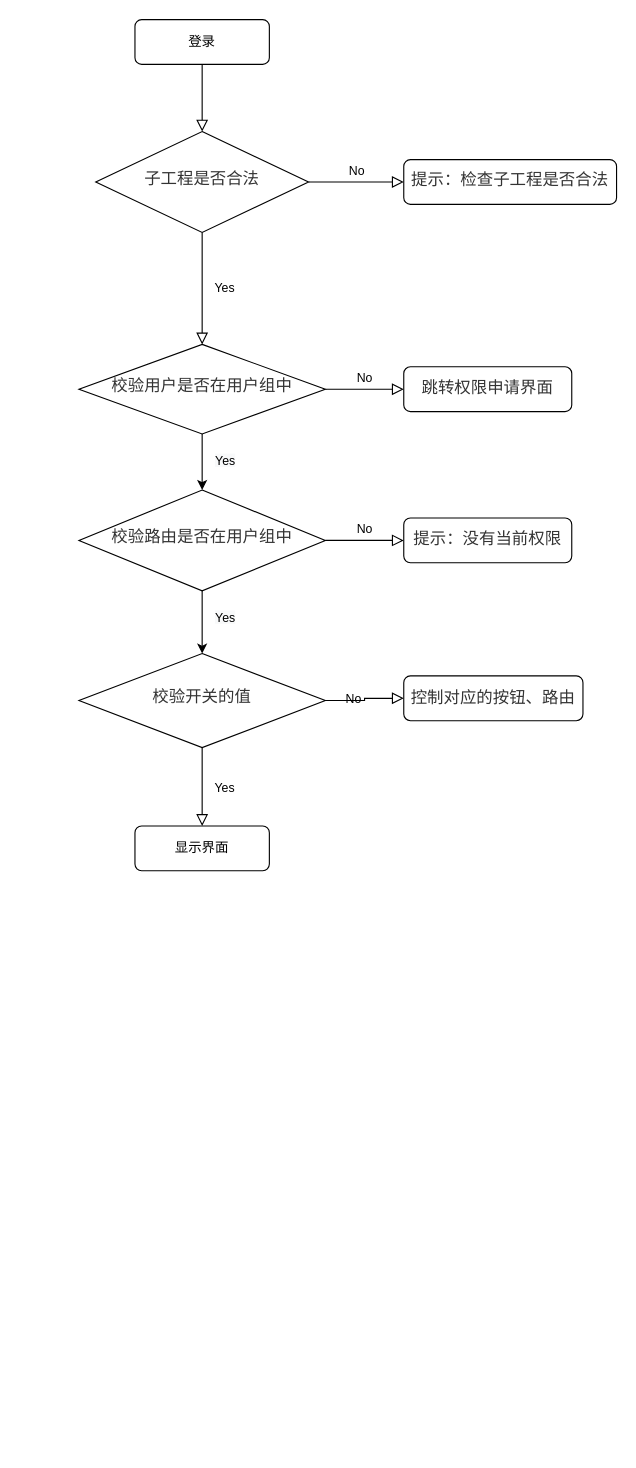
Before: page "Page-1" (1 of 5) of toggle&authority.drawio in Jooolee/my-drawio, a draw.io diagram. Source tidied: cells renumbered, new cells numbered last; positions are measured from the earlier drawing's top-left corner, leaving out a move shared by most shapes. Both pictures are drawn from the tidied source at 112%, with x=0, y=0 at pixel (78, 19).
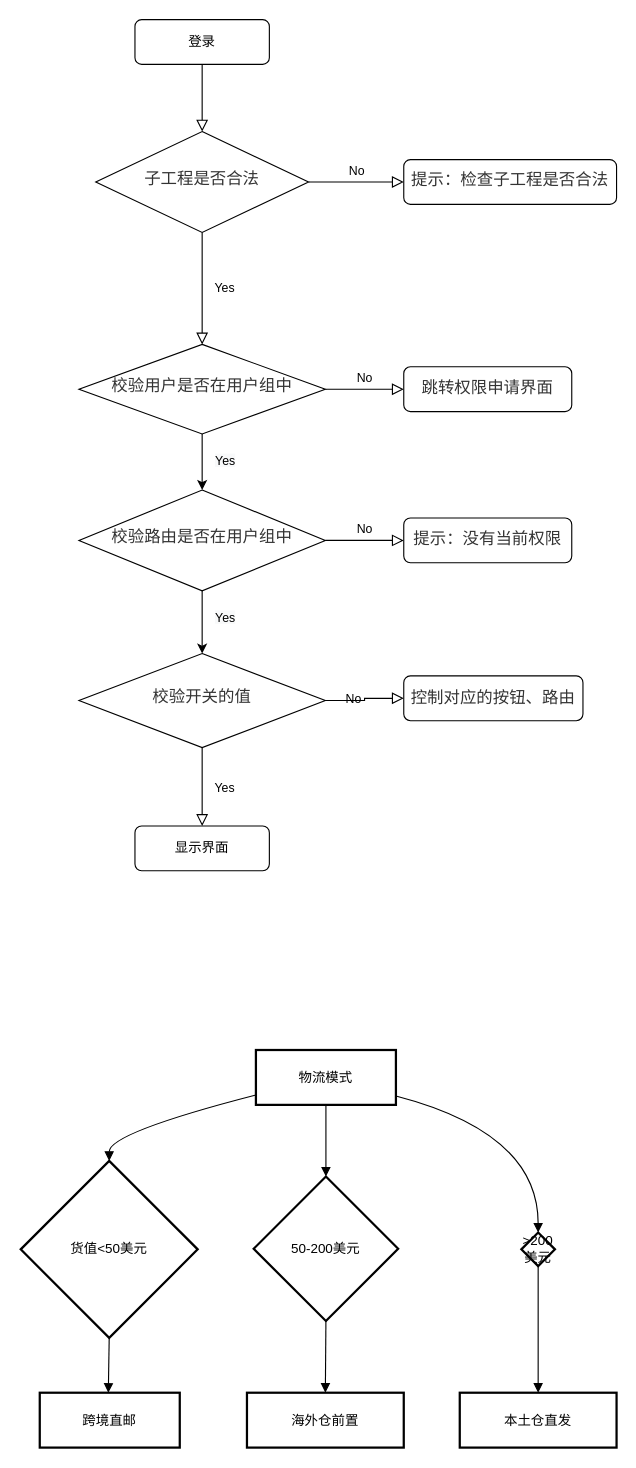
Above is the later version.

Change to the diagram source:
```diff
@@
+    <mxCell id="23" value="物流模式" style="whiteSpace=wrap;strokeWidth=2;" parent="1" vertex="1">
+      <mxGeometry x="158" y="920" width="125" height="49" as="geometry" />
+    </mxCell>
+    <mxCell id="24" value="货值&lt;50美元" style="rhombus;strokeWidth=2;whiteSpace=wrap;" parent="1" vertex="1">
+      <mxGeometry x="-52" y="1019" width="158" height="158" as="geometry" />
+    </mxCell>
+    <mxCell id="25" value="50-200美元" style="rhombus;strokeWidth=2;whiteSpace=wrap;" parent="1" vertex="1">
+      <mxGeometry x="156" y="1033" width="129" height="129" as="geometry" />
+    </mxCell>
+    <mxCell id="26" value="&gt;200美元" style="rhombus;strokeWidth=2;whiteSpace=wrap;" parent="1" vertex="1">
+      <mxGeometry x="395" y="1083" width="30" height="30" as="geometry" />
+    </mxCell>
+    <mxCell id="27" value="跨境直邮" style="whiteSpace=wrap;strokeWidth=2;" parent="1" vertex="1">
+      <mxGeometry x="-35" y="1226" width="125" height="49" as="geometry" />
+    </mxCell>
+    <mxCell id="28" value="海外仓前置" style="whiteSpace=wrap;strokeWidth=2;" parent="1" vertex="1">
+      <mxGeometry x="150" y="1226" width="140" height="49" as="geometry" />
+    </mxCell>
+    <mxCell id="29" value="本土仓直发" style="whiteSpace=wrap;strokeWidth=2;" parent="1" vertex="1">
+      <mxGeometry x="340" y="1226" width="140" height="49" as="geometry" />
+    </mxCell>
+    <mxCell id="30" style="curved=1;startArrow=none;endArrow=block;exitX=0;exitY=0.82;entryX=0.5;entryY=0;rounded=0;" parent="1" edge="1" source="23" target="24">
+      <mxGeometry relative="1" as="geometry">
+        <Array as="points">
+          <mxPoint x="27" y="994" />
+        </Array>
+      </mxGeometry>
+    </mxCell>
+    <mxCell id="31" style="curved=1;startArrow=none;endArrow=block;exitX=0.5;exitY=0.99;entryX=0.5;entryY=0;rounded=0;" parent="1" edge="1" source="23" target="25">
+      <mxGeometry relative="1" as="geometry" />
+    </mxCell>
+    <mxCell id="32" style="curved=1;startArrow=none;endArrow=block;exitX=0.99;exitY=0.83;entryX=0.5;entryY=-0.02;rounded=0;" parent="1" edge="1" source="23" target="26">
+      <mxGeometry relative="1" as="geometry">
+        <Array as="points">
+          <mxPoint x="410" y="994" />
+        </Array>
+      </mxGeometry>
+    </mxCell>
+    <mxCell id="33" style="curved=1;startArrow=none;endArrow=block;exitX=0.5;exitY=1;entryX=0.49;entryY=0.01;rounded=0;" parent="1" edge="1" source="24" target="27">
+      <mxGeometry relative="1" as="geometry" />
+    </mxCell>
+    <mxCell id="34" style="curved=1;startArrow=none;endArrow=block;exitX=0.5;exitY=1;entryX=0.5;entryY=0.01;rounded=0;" parent="1" edge="1" source="25" target="28">
+      <mxGeometry relative="1" as="geometry" />
+    </mxCell>
+    <mxCell id="35" style="curved=1;startArrow=none;endArrow=block;exitX=0.5;exitY=0.98;entryX=0.5;entryY=0.01;rounded=0;" parent="1" edge="1" source="26" target="29">
+      <mxGeometry relative="1" as="geometry" />
+    </mxCell>
```
